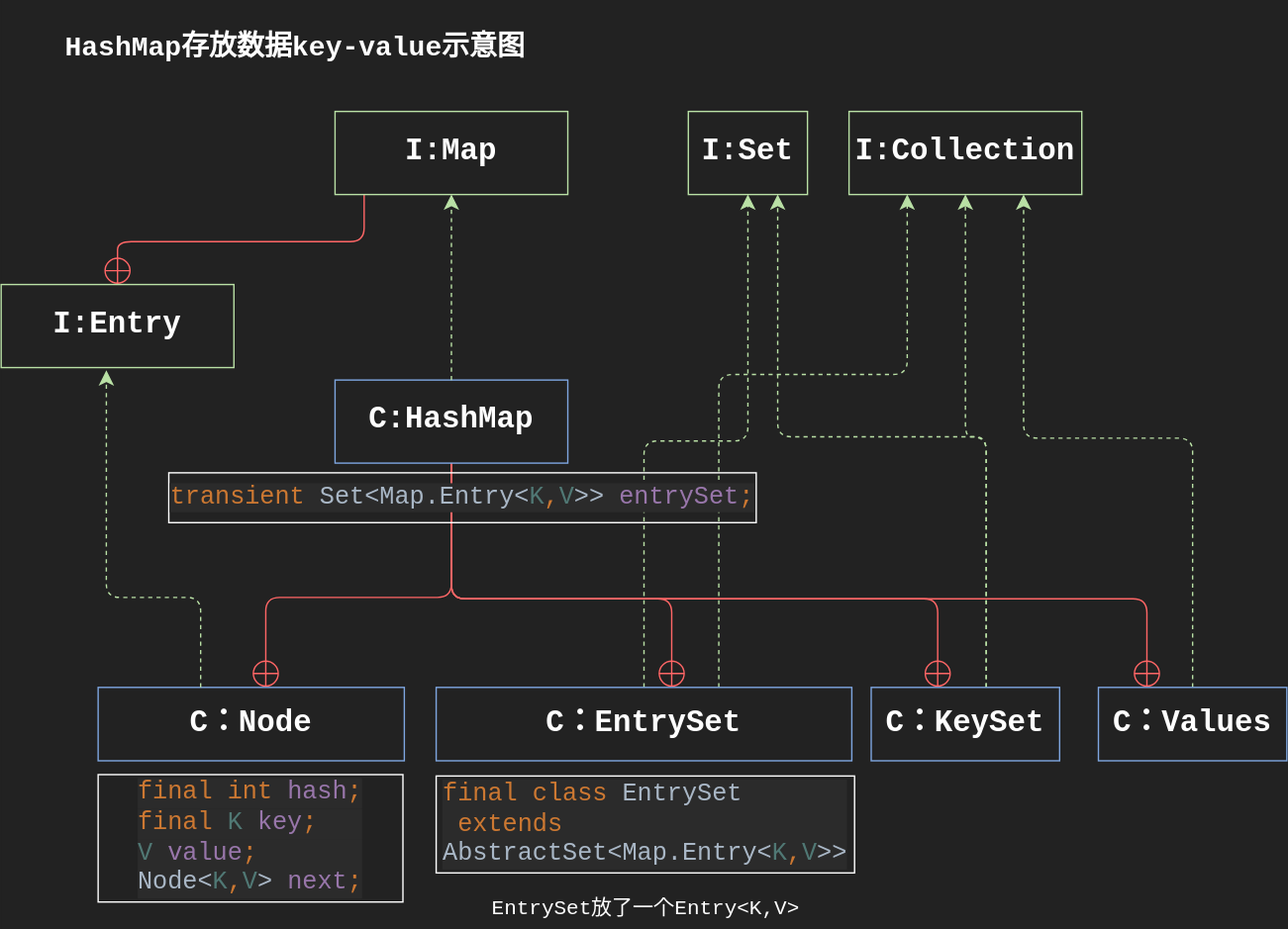
Above: drawio/MapInterface.svg in Stolorzs/Picgo (draw.io), before the change. Source tidied: cells renumbered, new cells last; positions are measured from the earlier drawing's top-left corner, leaving out a move shared by most shapes.
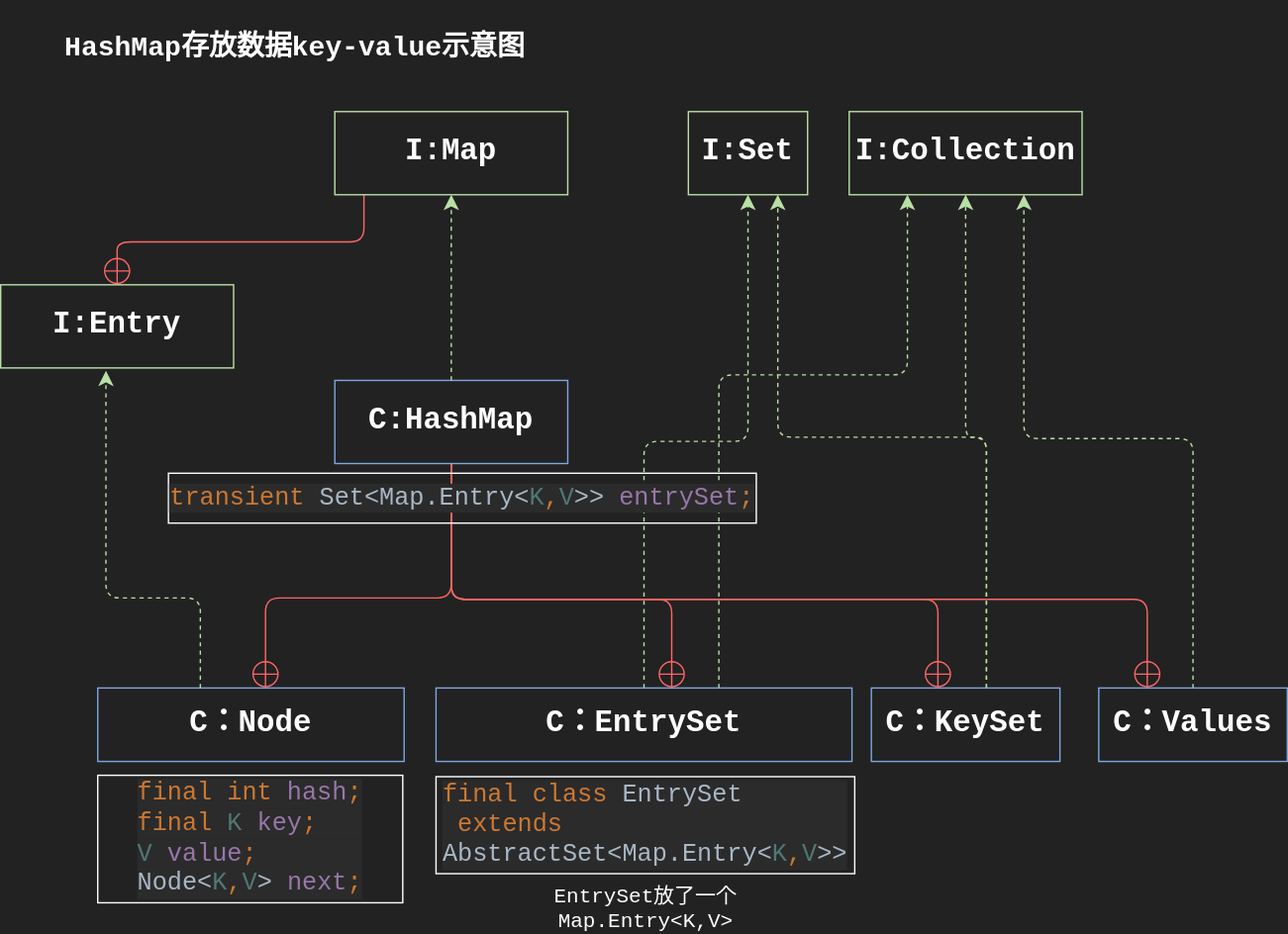
Later version of the same file.

Diff of the diagram source:
```diff
@@ -127,7 +127,7 @@
     <mxCell id="26" value="&lt;div style=&quot;text-align: start; background-color: rgb(43, 43, 43); color: rgb(169, 183, 198); font-family: &amp;quot;JetBrains Mono&amp;quot;, monospace; font-size: 18px; white-space: pre;&quot;&gt;&lt;div style=&quot;&quot;&gt;&lt;span style=&quot;color: rgb(204, 120, 50);&quot;&gt;final class &lt;/span&gt;EntrySet&lt;/div&gt;&lt;div style=&quot;&quot;&gt; &lt;span style=&quot;color: rgb(204, 120, 50);&quot;&gt;extends&amp;nbsp;&lt;/span&gt;&lt;/div&gt;&lt;div style=&quot;&quot;&gt;AbstractSet&amp;lt;Map.Entry&amp;lt;&lt;span style=&quot;color: rgb(80, 120, 116);&quot;&gt;K&lt;/span&gt;&lt;span style=&quot;color: rgb(204, 120, 50);&quot;&gt;,&lt;/span&gt;&lt;span style=&quot;color: rgb(80, 120, 116);&quot;&gt;V&lt;/span&gt;&amp;gt;&amp;gt;&lt;/div&gt;&lt;/div&gt;" style="whiteSpace=wrap;html=1;fillColor=none;strokeColor=#FFFFFF;" parent="1" vertex="1">
       <mxGeometry x="314" y="560" width="302" height="70" as="geometry" />
     </mxCell>
-    <mxCell id="27" value="&lt;font face=&quot;Courier New&quot; color=&quot;#ffffff&quot;&gt;&lt;span style=&quot;caret-color: rgb(255, 255, 255); font-size: 15px;&quot;&gt;EntrySet放了一个Entry&amp;lt;K,V&amp;gt;&lt;/span&gt;&lt;/font&gt;" style="whiteSpace=wrap;html=1;fillColor=none;strokeColor=none;" parent="1" vertex="1">
+    <mxCell id="27" value="&lt;font face=&quot;Courier New&quot; color=&quot;#ffffff&quot;&gt;&lt;span style=&quot;caret-color: rgb(255, 255, 255); font-size: 15px;&quot;&gt;EntrySet放了一个Map.Entry&amp;lt;K,V&amp;gt;&lt;/span&gt;&lt;/font&gt;" style="whiteSpace=wrap;html=1;fillColor=none;strokeColor=none;" parent="1" vertex="1">
       <mxGeometry x="341.8" y="641" width="246.5" height="30" as="geometry" />
     </mxCell>
   </root>
```
